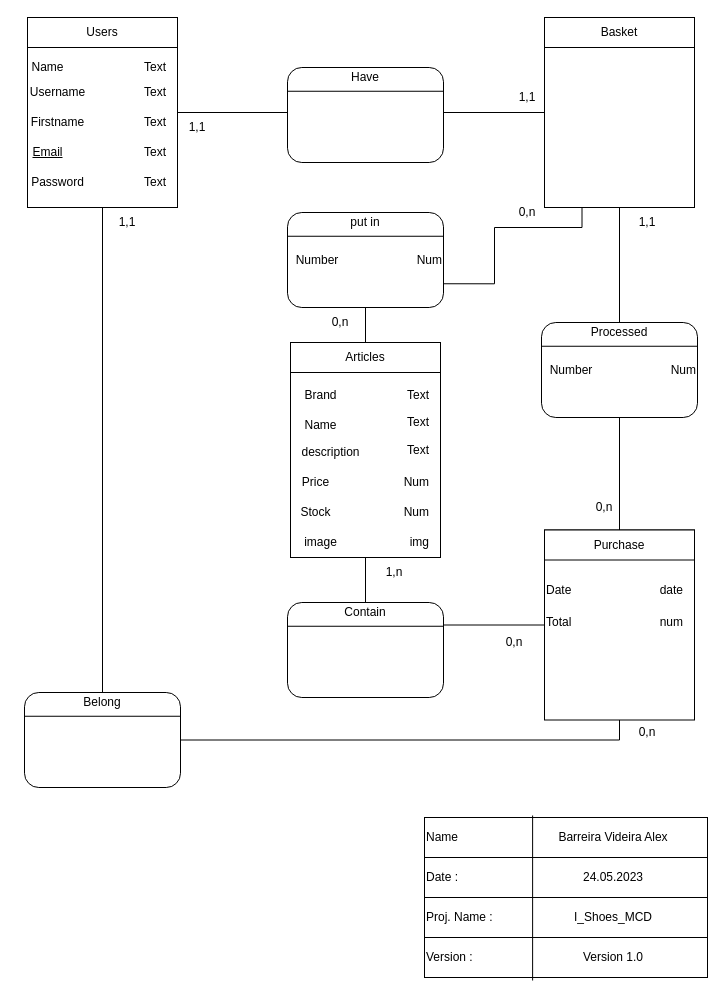
Above: doc/MCD-MLD/MCD.drawio in romain-lnr/I_Shoes_BDD (draw.io), before the change. Source tidied: cells renumbered, new cells numbered last; positions are measured from the earlier drawing's top-left corner, leaving out a move shared by most shapes. Both pictures are drawn from the tidied source at 100%, with x=0, y=0 at pixel (17, 17).
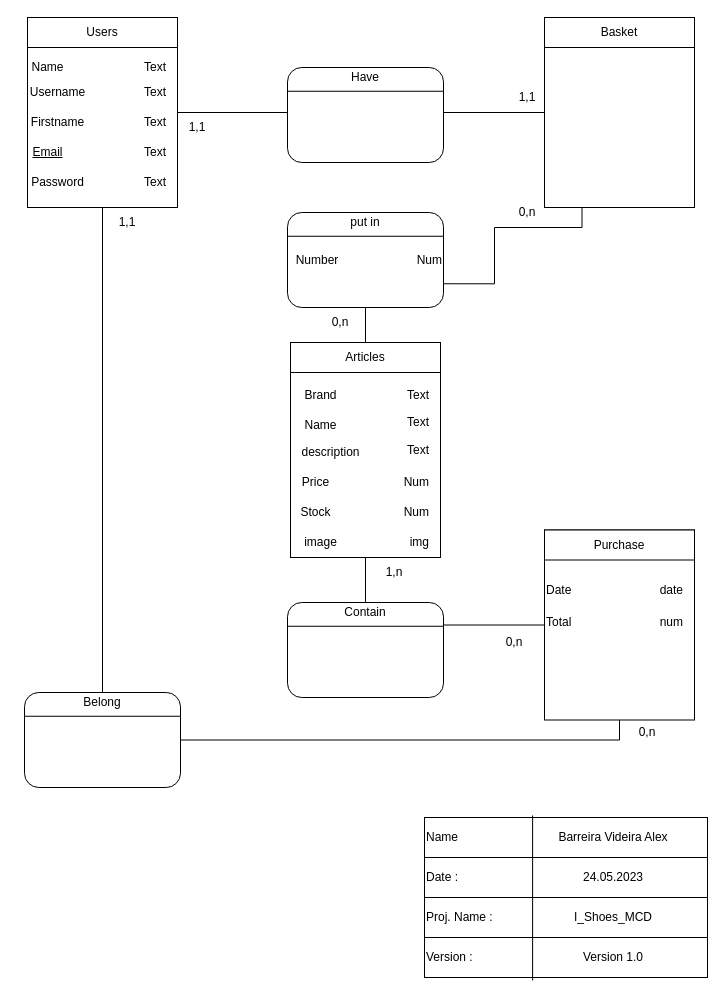
The same diagram, later.

Unchanged cells that the change refers to:
```xml
<mxCell id="31" style="rounded=0;whiteSpace=wrap;html=1;" parent="1" vertex="1">
  <mxGeometry x="527" width="150" height="190" as="geometry" />
</mxCell>
<mxCell id="56" value="Purchase" style="rounded=0;whiteSpace=wrap;html=1;" parent="1" vertex="1">
  <mxGeometry x="527" y="512.5" width="150" height="30" as="geometry" />
</mxCell>
```

Change to the diagram source:
```diff
@@
-    <mxCell id="29" style="edgeStyle=orthogonalEdgeStyle;rounded=0;jettySize=auto;html=1;exitX=0.5;exitY=1;exitDx=0;exitDy=0;entryX=0.5;entryY=0;entryDx=0;entryDy=0;endArrow=none;endFill=0;" parent="1" edge="1" source="31" target="56">
-      <mxGeometry relative="1" as="geometry" />
-    </mxCell>
@@
-    <mxCell id="61" style="rounded=1;whiteSpace=wrap;html=1;direction=east;" parent="1" vertex="1">
-      <mxGeometry x="524" y="305" width="156" height="95" as="geometry" />
-    </mxCell>
-    <mxCell id="62" style="endArrow=none;html=1;rounded=0;exitX=0;exitY=0.25;exitDx=0;exitDy=0;entryX=1;entryY=0.25;entryDx=0;entryDy=0;" parent="1" edge="1" source="61" target="61">
-      <mxGeometry relative="1" as="geometry" />
-    </mxCell>
-    <mxCell id="63" value="Processed" style="text;html=1;strokeColor=none;fillColor=none;align=center;verticalAlign=middle;whiteSpace=wrap;rounded=0;" parent="1" vertex="1">
-      <mxGeometry x="572" y="300" width="60" height="30" as="geometry" />
-    </mxCell>
-    <mxCell id="64" value="Number" style="text;html=1;strokeColor=none;fillColor=none;align=center;verticalAlign=middle;whiteSpace=wrap;rounded=0;" parent="1" vertex="1">
-      <mxGeometry x="524" y="337.5" width="60" height="30" as="geometry" />
-    </mxCell>
-    <mxCell id="65" value="Num" style="text;html=1;align=right;verticalAlign=middle;strokeColor=none;fillColor=none;" parent="1" vertex="1">
-      <mxGeometry x="630" y="337.5" width="50" height="30" as="geometry" />
-    </mxCell>
-    <mxCell id="66" value="1,1" style="text;html=1;strokeColor=none;fillColor=none;align=center;verticalAlign=middle;whiteSpace=wrap;rounded=0;" parent="1" vertex="1">
-      <mxGeometry x="600" y="190" width="60" height="30" as="geometry" />
-    </mxCell>
-    <mxCell id="67" value="0,n" style="text;html=1;strokeColor=none;fillColor=none;align=center;verticalAlign=middle;whiteSpace=wrap;rounded=0;" parent="1" vertex="1">
-      <mxGeometry x="557" y="475" width="60" height="30" as="geometry" />
-    </mxCell>
```
